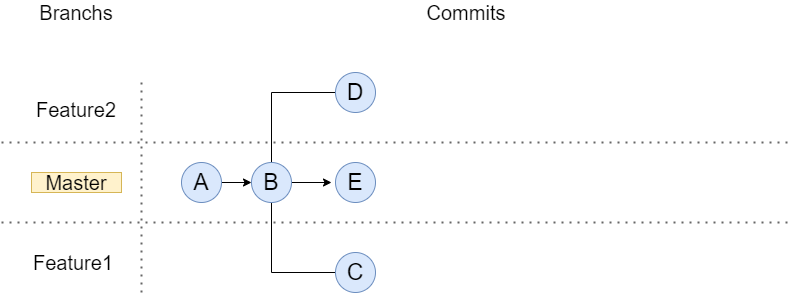
The draw.io diagram images/git-branchs.png in Udinei/git-and-gitlab, before a commit. Source tidied: cells renumbered, new cells last; positions are measured from the earlier drawing's top-left corner, leaving out a move shared by most shapes.
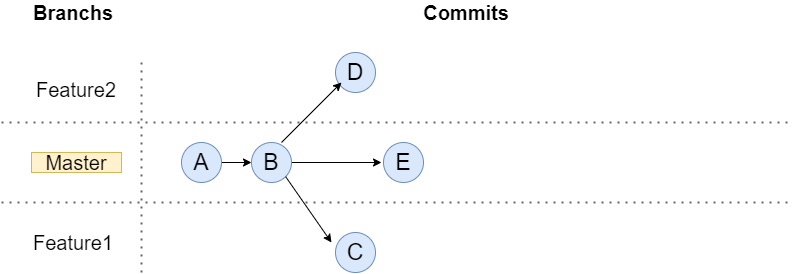
The same file after the commit.

What changed in the source:
```diff
@@ -29,11 +29,11 @@
         <mxPoint x="790" y="220" as="targetPoint" />
       </mxGeometry>
     </mxCell>
-    <mxCell id="8" value="Branchs" style="text;html=1;strokeColor=none;fillColor=none;align=center;verticalAlign=middle;whiteSpace=wrap;rounded=0;fontSize=20;" parent="1" vertex="1">
-      <mxGeometry x="30" width="90" height="20" as="geometry" />
+    <mxCell id="8" value="Branchs" style="text;html=1;strokeColor=none;fillColor=none;align=center;verticalAlign=middle;whiteSpace=wrap;rounded=0;fontSize=20;fontStyle=1;" parent="1" vertex="1">
+      <mxGeometry x="27" y="20" width="90" height="20" as="geometry" />
     </mxCell>
-    <mxCell id="9" value="Commits" style="text;html=1;strokeColor=none;fillColor=none;align=center;verticalAlign=middle;whiteSpace=wrap;rounded=0;fontSize=20;" parent="1" vertex="1">
-      <mxGeometry x="420" width="90" height="20" as="geometry" />
+    <mxCell id="9" value="Commits" style="text;html=1;strokeColor=none;fillColor=none;align=center;verticalAlign=middle;whiteSpace=wrap;rounded=0;fontSize=20;fontStyle=1;" parent="1" vertex="1">
+      <mxGeometry x="420" y="20" width="90" height="20" as="geometry" />
     </mxCell>
     <mxCell id="10" style="edgeStyle=orthogonalEdgeStyle;rounded=0;jettySize=auto;html=1;entryX=0;entryY=0.5;entryDx=0;entryDy=0;" parent="1" edge="1" source="11" target="15">
       <mxGeometry relative="1" as="geometry" />
@@ -43,25 +43,9 @@
     </mxCell>
     <mxCell id="12" style="edgeStyle=orthogonalEdgeStyle;rounded=0;jettySize=auto;html=1;" parent="1" edge="1" source="15">
       <mxGeometry relative="1" as="geometry">
-        <mxPoint x="330" y="180" as="targetPoint" />
+        <mxPoint x="380" y="180" as="targetPoint" />
       </mxGeometry>
     </mxCell>
-    <mxCell id="13" style="edgeStyle=orthogonalEdgeStyle;rounded=0;jettySize=auto;html=1;entryX=0.325;entryY=0.05;entryDx=0;entryDy=0;entryPerimeter=0;" parent="1" edge="1" source="15" target="17">
-      <mxGeometry relative="1" as="geometry">
-        <Array as="points">
-          <mxPoint x="270" y="90" />
-          <mxPoint x="347" y="90" />
-        </Array>
-      </mxGeometry>
-    </mxCell>
-    <mxCell id="14" style="edgeStyle=orthogonalEdgeStyle;rounded=0;jettySize=auto;html=1;entryX=0;entryY=1;entryDx=0;entryDy=0;" parent="1" edge="1" source="15" target="16">
-      <mxGeometry relative="1" as="geometry">
-        <Array as="points">
-          <mxPoint x="270" y="270" />
-          <mxPoint x="340" y="270" />
-        </Array>
-      </mxGeometry>
-    </mxCell>
     <mxCell id="15" value="&lt;span style=&quot;font-size: 23px&quot;&gt;B&lt;/span&gt;" style="ellipse;whiteSpace=wrap;html=1;fillColor=#dae8fc;strokeColor=#6c8ebf;" parent="1" vertex="1">
       <mxGeometry x="250" y="160" width="40" height="40" as="geometry" />
     </mxCell>
@@ -72,7 +56,17 @@
       <mxGeometry x="334" y="70" width="40" height="40" as="geometry" />
     </mxCell>
     <mxCell id="18" value="&lt;font style=&quot;font-size: 23px&quot;&gt;E&lt;/font&gt;" style="ellipse;whiteSpace=wrap;html=1;fillColor=#dae8fc;strokeColor=#6c8ebf;" parent="1" vertex="1">
-      <mxGeometry x="334" y="160" width="40" height="40" as="geometry" />
+      <mxGeometry x="382" y="160" width="40" height="40" as="geometry" />
     </mxCell>
+    <mxCell id="19" style="endArrow=classic;html=1;entryX=0.15;entryY=0.75;entryDx=0;entryDy=0;entryPerimeter=0;" parent="1" edge="1" target="17">
+      <mxGeometry relative="1" as="geometry">
+        <mxPoint x="280" y="160" as="sourcePoint" />
+      </mxGeometry>
+    </mxCell>
+    <mxCell id="20" style="endArrow=classic;html=1;exitX=1;exitY=1;exitDx=0;exitDy=0;" parent="1" edge="1" source="15">
+      <mxGeometry relative="1" as="geometry">
+        <mxPoint x="330" y="260" as="targetPoint" />
+      </mxGeometry>
+    </mxCell>
   </root>
 </mxGraphModel>
```
